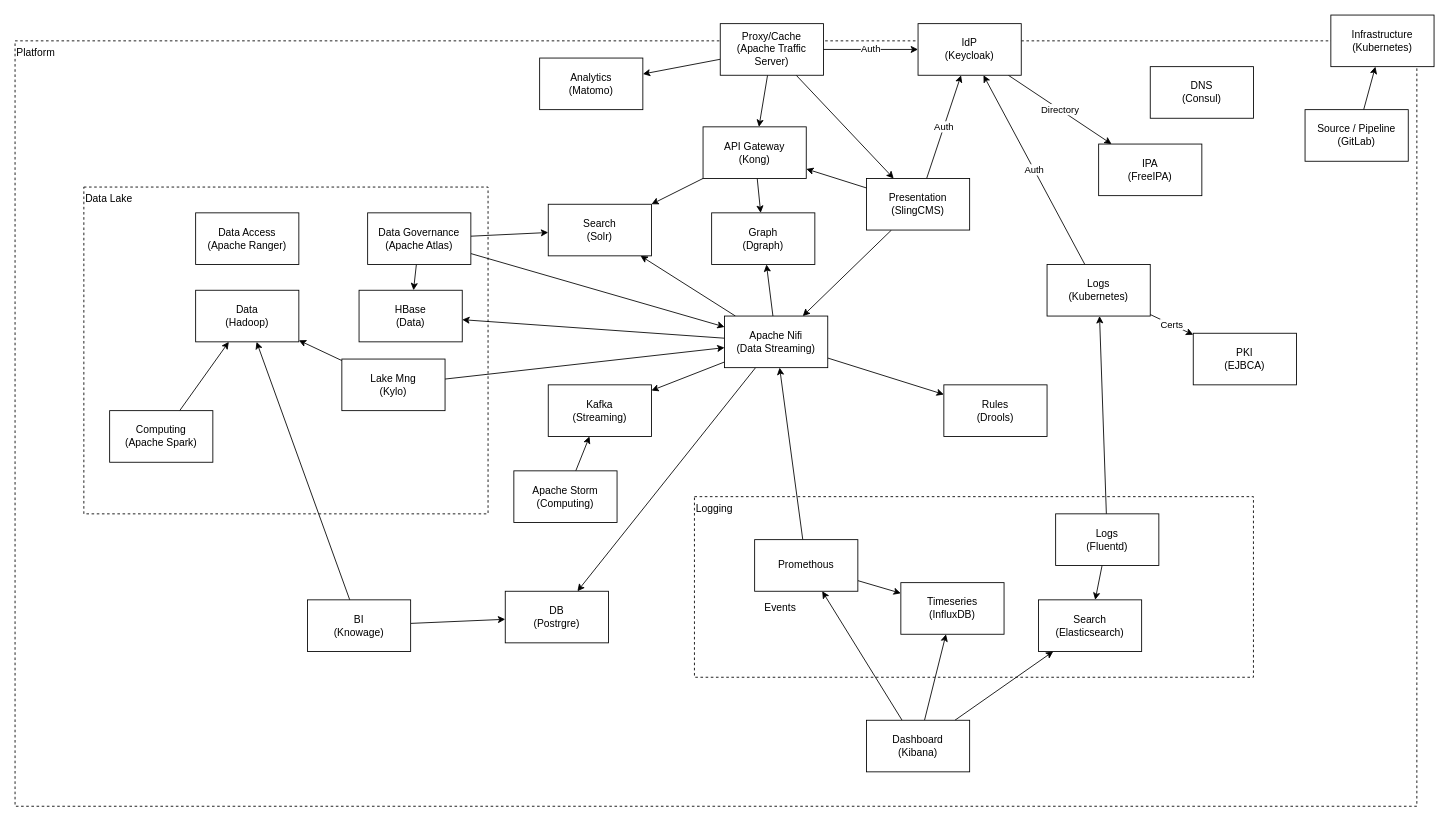
The draw.io diagram _gxp/diagrams/GXP-Architecture.drawio in governance-foundation/governance.foundation, before the edit. Source tidied: cells renumbered, new cells numbered last; positions are measured from the earlier drawing's top-left corner, leaving out a move shared by most shapes. Both pictures are drawn from the tidied source at 86%, with x=0, y=0 at pixel (15, 15).
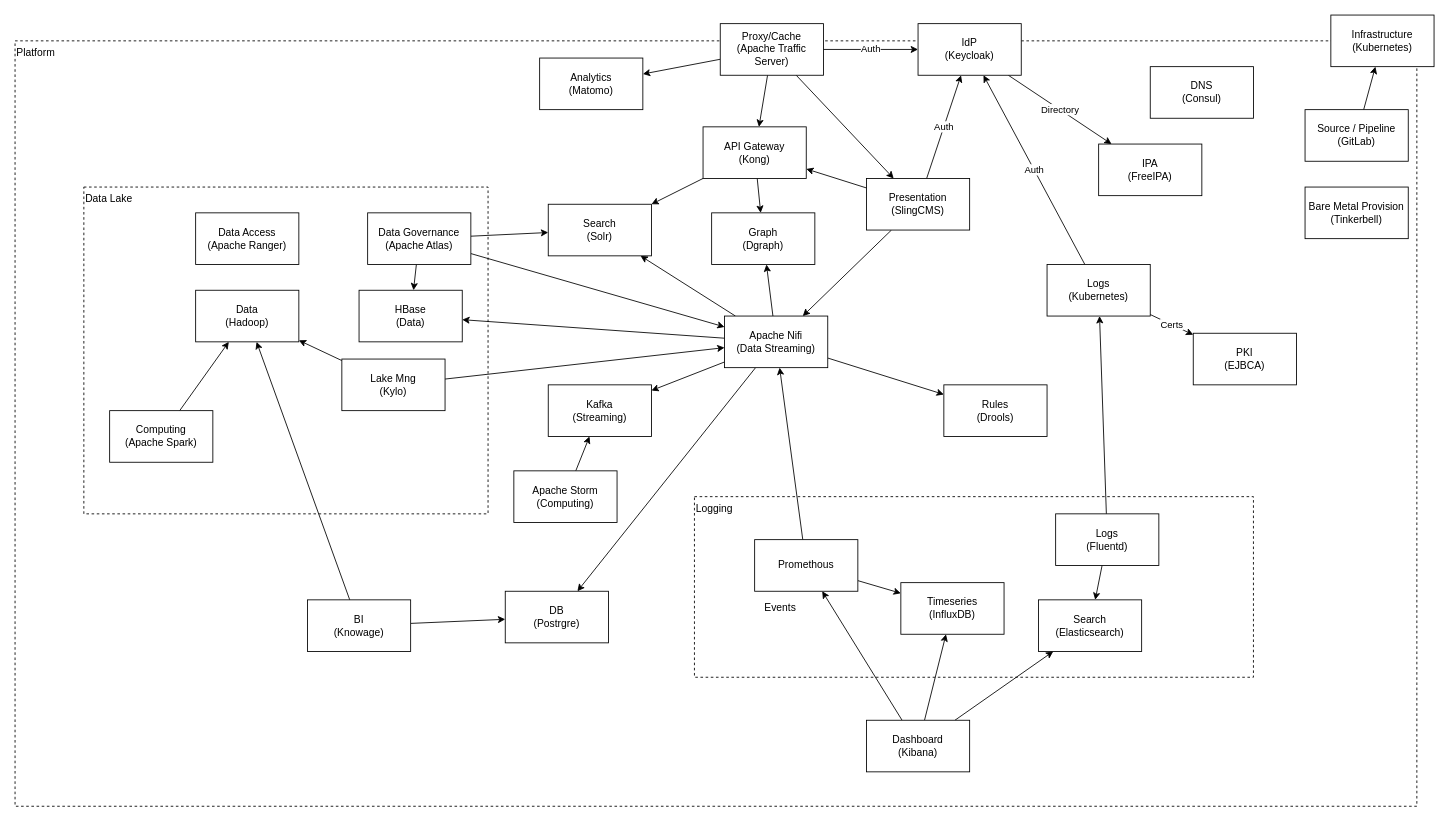
Above is the later version.

Change to the diagram source:
```diff
@@
+    <mxCell id="71" value="&lt;div&gt;Bare Metal Provision&lt;/div&gt;&lt;div&gt;(Tinkerbell)&lt;/div&gt;" style="rounded=0;whiteSpace=wrap;html=1;" parent="1" vertex="1">
+      <mxGeometry x="1500" y="200" width="120" height="60" as="geometry" />
+    </mxCell>
```
